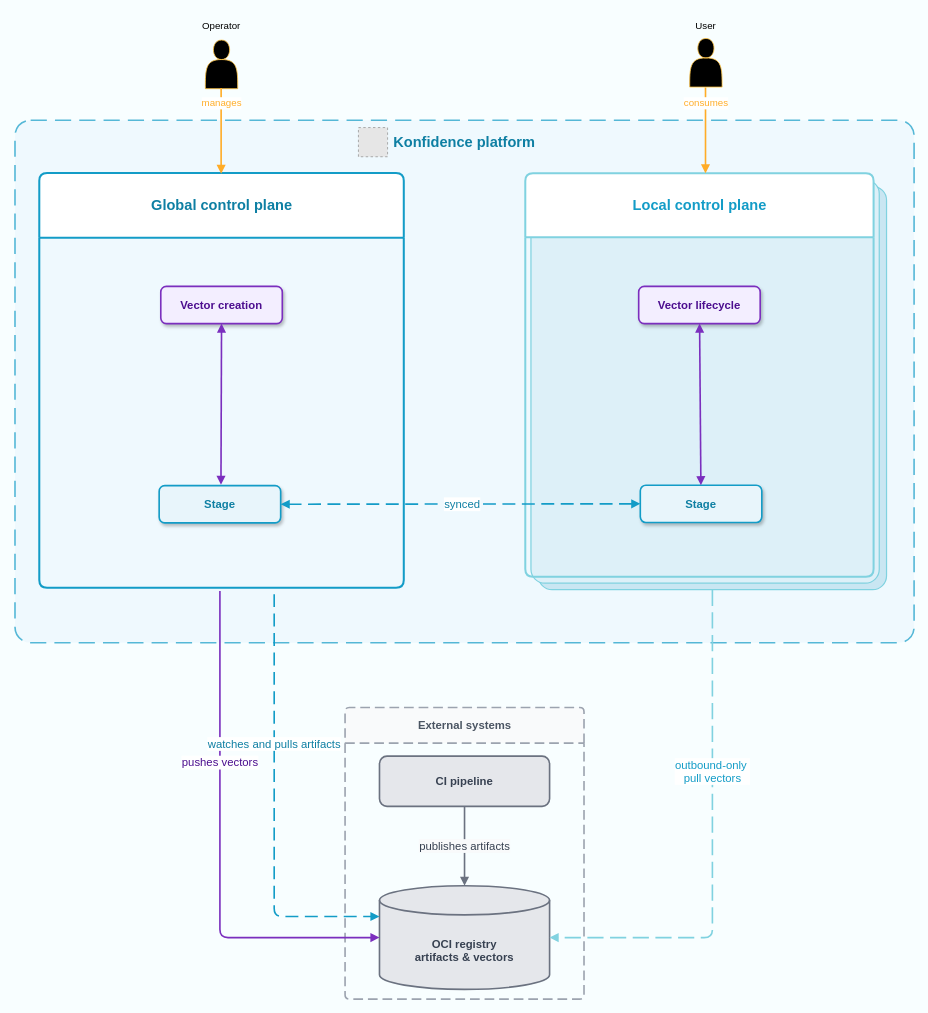
The draw.io diagram public/assets/diagrams/konfidence-architecture.drawio in konfidence-project/konfidence-docs, before the edit. Source tidied: cells renumbered, new cells numbered last; positions are measured from the earlier drawing's top-left corner, leaving out a move shared by most shapes. Both pictures are drawn from the tidied source at 81%, with x=0, y=0 at pixel (15, 14). Pictures stored in the file or linked from it are replaced by grey dashed boxes.
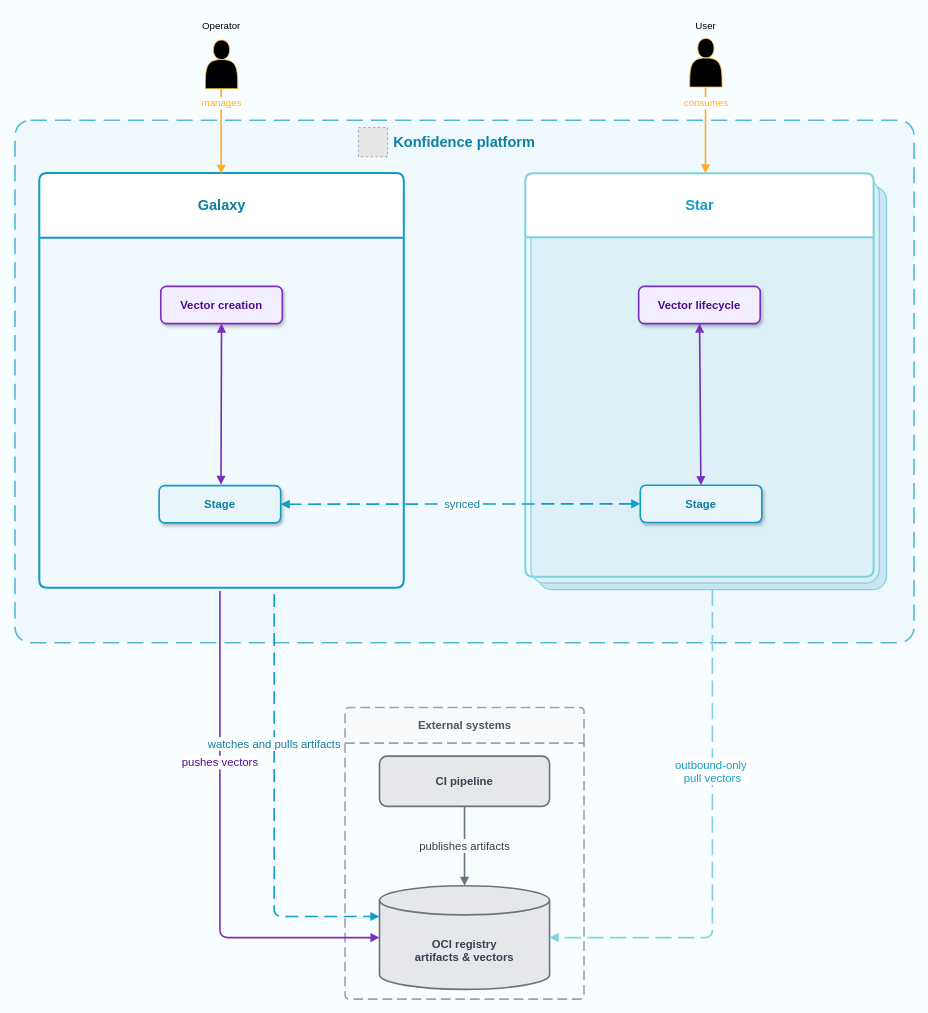
The same page after the edit.

Commit message:
Rename gcp and lcp in architecture diagram

Change to the diagram source:
```diff
@@
-    <mxCell id="5" value="&lt;b&gt;&lt;font style=&quot;font-size: 18px;&quot;&gt;Local control plane&lt;/font&gt;&lt;/b&gt;" style="swimlane;startSize=79;fillColor=#FFFFFF;strokeColor=#80D2E0;strokeWidth=2.5;fontSize=14;fontColor=#139CC7;fontStyle=1;rounded=1;arcSize=4;html=1;" parent="1" vertex="1">
+    <mxCell id="5" value="&lt;b&gt;&lt;font style=&quot;font-size: 18px;&quot;&gt;Star&lt;/font&gt;&lt;/b&gt;" style="swimlane;startSize=79;fillColor=#FFFFFF;strokeColor=#80D2E0;strokeWidth=2.5;fontSize=14;fontColor=#139CC7;fontStyle=1;rounded=1;arcSize=4;html=1;" parent="1" vertex="1">
       <mxGeometry x="630" y="196.5" width="430" height="498" as="geometry" />
     </mxCell>
@@
-    <mxCell id="9" value="&lt;b&gt;&lt;font style=&quot;font-size: 18px;&quot;&gt;Global control plane&lt;/font&gt;&lt;/b&gt;" style="swimlane;startSize=80;fillColor=#FFFFFF;strokeColor=#139CC7;strokeWidth=2.5;fontSize=14;fontColor=#0E7FA3;fontStyle=1;rounded=1;arcSize=4;html=1;" parent="1" vertex="1">
+    <mxCell id="9" value="&lt;b&gt;&lt;font style=&quot;font-size: 18px;&quot;&gt;Galaxy&lt;/font&gt;&lt;/b&gt;" style="swimlane;startSize=80;fillColor=#FFFFFF;strokeColor=#139CC7;strokeWidth=2.5;fontSize=14;fontColor=#0E7FA3;fontStyle=1;rounded=1;arcSize=4;html=1;" parent="1" vertex="1">
       <mxGeometry x="30" y="196" width="450" height="512" as="geometry" />
     </mxCell>
```
